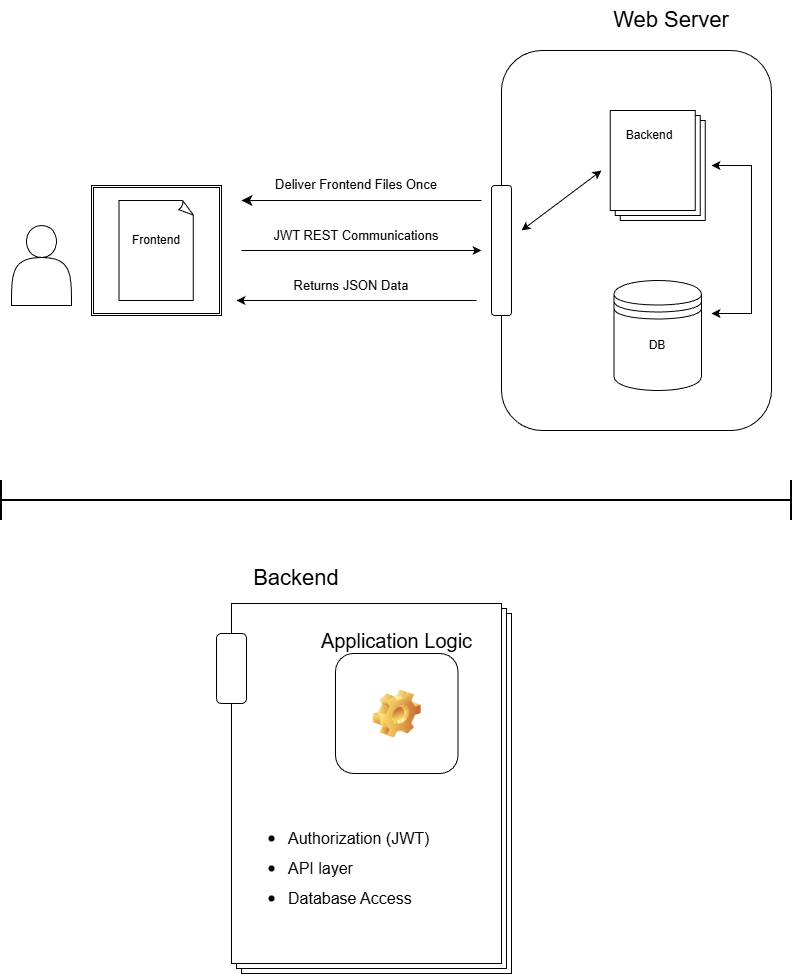
The draw.io diagram images/Orderly_HLA_Diagram.png in RachelMizer/ProjectOrderly, before a commit. Source tidied: cells renumbered, new cells last; positions are measured from the earlier drawing's top-left corner, leaving out a move shared by most shapes.
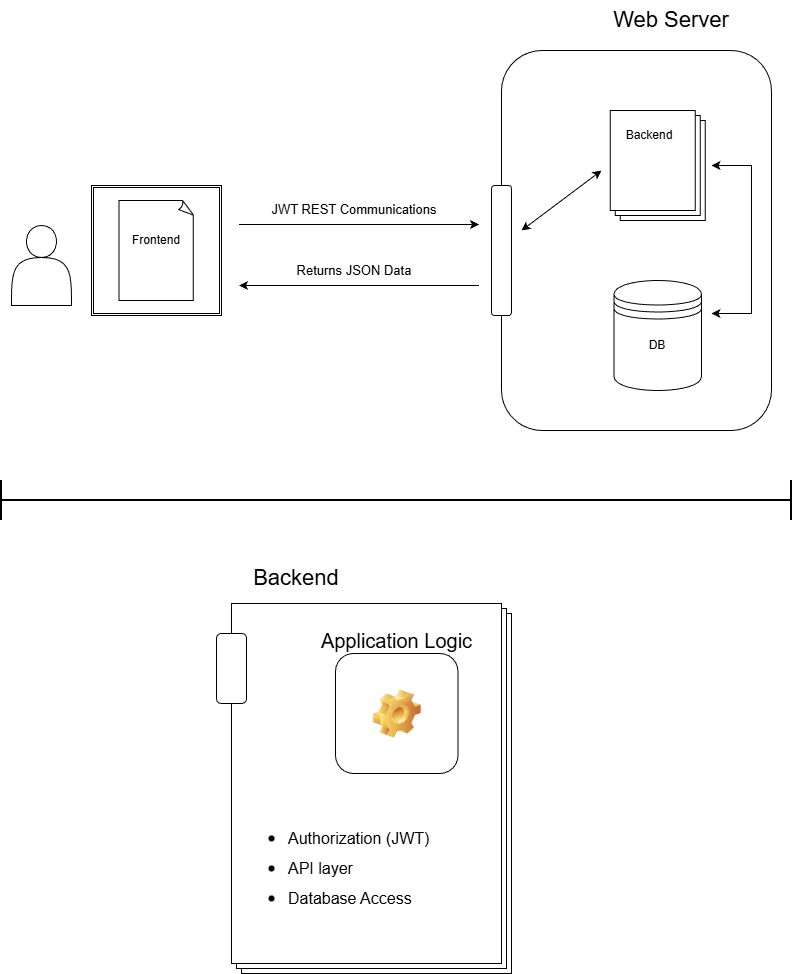
After the commit.

Diff of the diagram source:
```diff
@@ -41,11 +41,8 @@
       <mxGeometry x="90" y="185" width="130" height="130" as="geometry" />
     </mxCell>
     <mxCell id="11" value="&lt;font style=&quot;font-size: 13px;&quot;&gt;JWT REST Communications&lt;/font&gt;" style="text;html=1;whiteSpace=wrap;strokeColor=none;fillColor=none;align=center;verticalAlign=middle;rounded=0;" parent="1" vertex="1">
-      <mxGeometry x="260" y="220" width="190" height="30" as="geometry" />
+      <mxGeometry x="257.5" y="194" width="190" height="30" as="geometry" />
     </mxCell>
-    <mxCell id="12" value="&lt;font style=&quot;font-size: 13px;&quot;&gt;Deliver Frontend Files Once&lt;/font&gt;&lt;div&gt;&lt;div&gt;&lt;br&gt;&lt;/div&gt;&lt;/div&gt;" style="text;html=1;whiteSpace=wrap;strokeColor=none;fillColor=none;align=center;verticalAlign=middle;rounded=0;" parent="1" vertex="1">
-      <mxGeometry x="265" y="180" width="180" height="22.5" as="geometry" />
-    </mxCell>
     <mxCell id="13" value="Backend" style="text;html=1;whiteSpace=wrap;strokeColor=none;fillColor=none;align=center;verticalAlign=middle;rounded=0;" parent="1" vertex="1">
       <mxGeometry x="612.5" y="120" width="70" height="30" as="geometry" />
     </mxCell>
@@ -67,15 +64,6 @@
     <mxCell id="19" value="Application Logic" style="icon;html=1;image=img/clipart/Gear_128x128.png;fontSize=20;labelPosition=center;verticalLabelPosition=top;align=center;verticalAlign=bottom;" parent="1" vertex="1">
       <mxGeometry x="334" y="653" width="122.5" height="120" as="geometry" />
     </mxCell>
-    <mxCell id="20" style="edgeStyle=elbowEdgeStyle;elbow=horizontal;endArrow=classic;html=1;curved=0;rounded=0;endSize=8;startSize=8;" parent="1" edge="1">
-      <mxGeometry relative="1" as="geometry">
-        <mxPoint x="480" y="200" as="sourcePoint" />
-        <mxPoint x="240" y="200" as="targetPoint" />
-        <Array as="points">
-          <mxPoint x="360" y="200" />
-        </Array>
-      </mxGeometry>
-    </mxCell>
     <mxCell id="21" style="whiteSpace=wrap;html=1;shape=mxgraph.basic.document;" parent="1" vertex="1">
       <mxGeometry x="117.5" y="200" width="75" height="100" as="geometry" />
     </mxCell>
@@ -102,21 +90,21 @@
     </mxCell>
     <mxCell id="29" style="endArrow=classic;html=1;rounded=0;" parent="1" edge="1">
       <mxGeometry relative="1" as="geometry">
-        <mxPoint x="240" y="250" as="sourcePoint" />
-        <mxPoint x="480" y="250" as="targetPoint" />
+        <mxPoint x="237.5" y="224" as="sourcePoint" />
+        <mxPoint x="477.5" y="224" as="targetPoint" />
       </mxGeometry>
     </mxCell>
     <mxCell id="30" style="endArrow=classic;html=1;rounded=0;" parent="1" edge="1">
       <mxGeometry relative="1" as="geometry">
-        <mxPoint x="475" y="300" as="sourcePoint" />
-        <mxPoint x="235" y="300" as="targetPoint" />
+        <mxPoint x="477.5" y="285" as="sourcePoint" />
+        <mxPoint x="237.5" y="285" as="targetPoint" />
         <Array as="points">
-          <mxPoint x="355" y="300" />
+          <mxPoint x="357.5" y="285" />
         </Array>
       </mxGeometry>
     </mxCell>
     <mxCell id="31" value="&lt;font style=&quot;font-size: 13px;&quot;&gt;Returns JSON Data&lt;/font&gt;" style="text;html=1;whiteSpace=wrap;strokeColor=none;fillColor=none;align=center;verticalAlign=middle;rounded=0;" parent="1" vertex="1">
-      <mxGeometry x="285" y="270" width="130" height="30" as="geometry" />
+      <mxGeometry x="287.5" y="255" width="130" height="30" as="geometry" />
     </mxCell>
   </root>
 </mxGraphModel>
```
